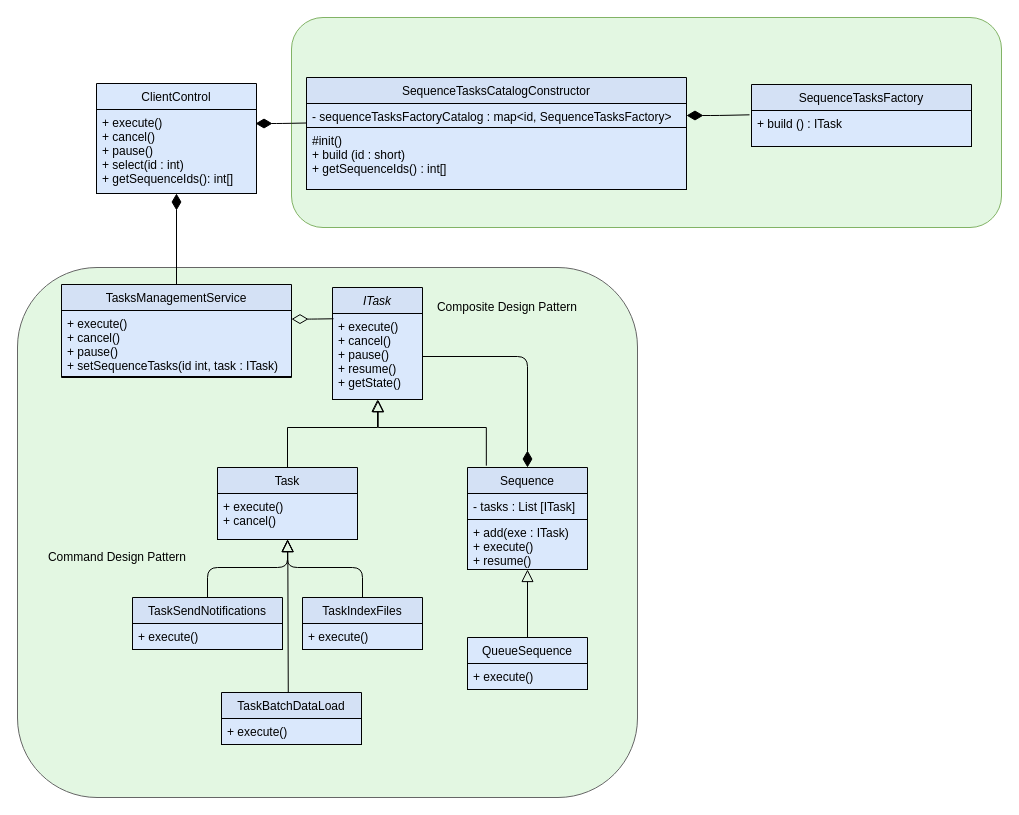
Earlier version of the draw.io diagram design/TaskManagementService.drawio (cguz/task-management-service). Source tidied: cells renumbered, new cells numbered last; positions are measured from the earlier drawing's top-left corner, leaving out a move shared by most shapes. Both pictures are drawn from the tidied source at 100%, with x=0, y=0 at pixel (17, 17).
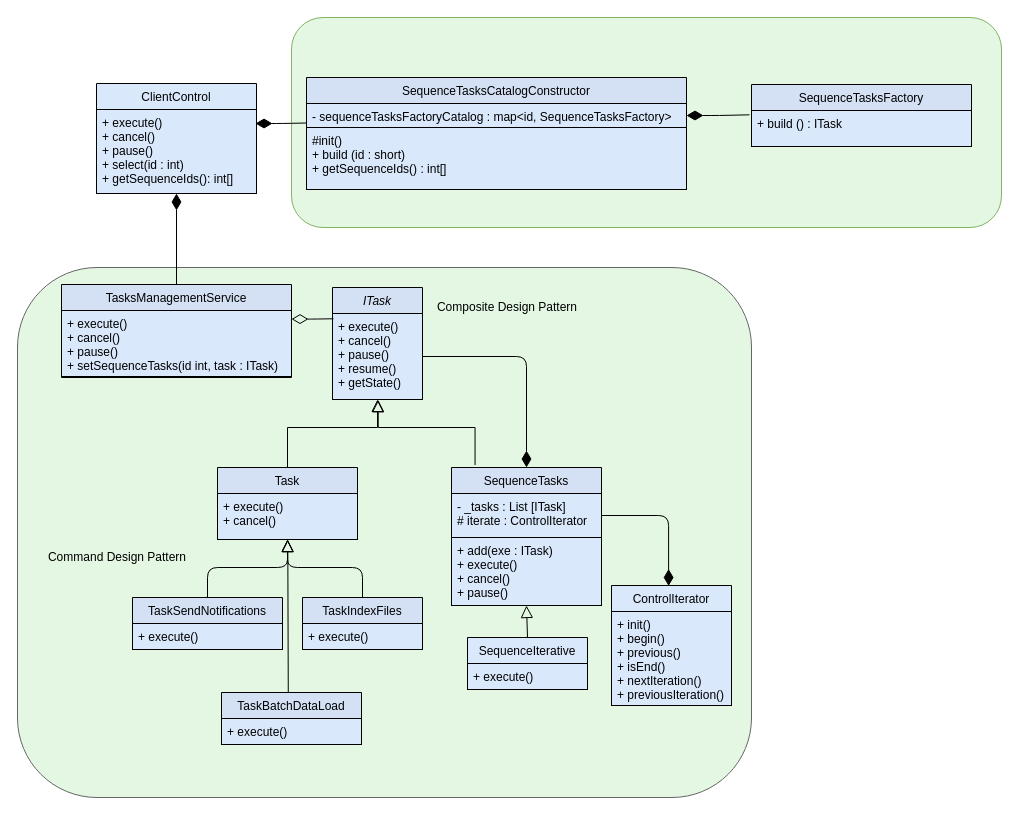
The same page after the edit.

The edit, as a diff of the source:
```diff
@@
     <mxCell id="2" style="rounded=1;whiteSpace=wrap;html=1;strokeColor=#666666;fontColor=#333333;fillColor=#E3F7E2;" parent="1" vertex="1">
-      <mxGeometry y="250" width="620" height="530" as="geometry" />
+      <mxGeometry y="250" width="734" height="530" as="geometry" />
     </mxCell>
@@
-    <mxCell id="14" value="Sequence" style="swimlane;fontStyle=0;align=center;verticalAlign=top;horizontal=1;startSize=26;rounded=0;shadow=0;strokeWidth=1;fillColor=#D4E1F5;" parent="1" vertex="1">
-      <mxGeometry x="450" y="450" width="120" height="102" as="geometry" />
+    <mxCell id="14" value="SequenceTasks" style="swimlane;fontStyle=0;align=center;verticalAlign=top;horizontal=1;startSize=26;rounded=0;shadow=0;strokeWidth=1;fillColor=#D4E1F5;" parent="1" vertex="1">
+      <mxGeometry x="434" y="450" width="150" height="138" as="geometry" />
     </mxCell>
-    <mxCell id="15" value="- tasks : List [ITask]" style="text;align=left;verticalAlign=top;spacingLeft=4;spacingRight=4;overflow=hidden;points=[[0,0.5],[1,0.5]];portConstraint=eastwest;fontStyle=0;fillColor=#dae8fc;strokeColor=#000000;" parent="14" vertex="1">
-      <mxGeometry y="26" width="120" height="26" as="geometry" />
+    <mxCell id="15" value="- _tasks : List [ITask]&#10;# iterate : ControlIterator&#10;" style="text;align=left;verticalAlign=top;spacingLeft=4;spacingRight=4;overflow=hidden;points=[[0,0.5],[1,0.5]];portConstraint=eastwest;fontStyle=0;fillColor=#dae8fc;strokeColor=#000000;" parent="14" vertex="1">
+      <mxGeometry y="26" width="150" height="44" as="geometry" />
     </mxCell>
-    <mxCell id="16" value="+ add(exe : ITask)&#10;+ execute()&#10;+ resume()&#10;" style="text;align=left;verticalAlign=top;spacingLeft=4;spacingRight=4;overflow=hidden;fontStyle=0;fillColor=#dae8fc;strokeColor=#000000;" parent="14" vertex="1">
-      <mxGeometry y="52" width="120" height="50" as="geometry" />
+    <mxCell id="16" value="+ add(exe : ITask)&#10;+ execute()&#10;+ cancel()&#10;+ pause()&#10;&#10;" style="text;align=left;verticalAlign=top;spacingLeft=4;spacingRight=4;overflow=hidden;fontStyle=0;fillColor=#dae8fc;strokeColor=#000000;" parent="14" vertex="1">
+      <mxGeometry y="70" width="150" height="68" as="geometry" />
     </mxCell>
-    <mxCell id="17" value="QueueSequence" style="swimlane;fontStyle=0;align=center;verticalAlign=top;horizontal=1;startSize=26;rounded=0;shadow=0;strokeWidth=1;fillColor=#dae8fc;" parent="1" vertex="1">
+    <mxCell id="17" value="SequenceIterative" style="swimlane;fontStyle=0;align=center;verticalAlign=top;horizontal=1;startSize=26;rounded=0;shadow=0;strokeWidth=1;fillColor=#dae8fc;" parent="1" vertex="1">
       <mxGeometry x="450" y="620" width="120" height="52" as="geometry" />
     </mxCell>
@@
+    <mxCell id="41" value="ControlIterator" style="swimlane;fontStyle=0;align=center;verticalAlign=top;horizontal=1;startSize=26;rounded=0;shadow=0;strokeWidth=1;fillColor=#dae8fc;" parent="1" vertex="1">
+      <mxGeometry x="594" y="568" width="120" height="120" as="geometry" />
+    </mxCell>
+    <mxCell id="42" value="+ init()&#10;+ begin()&#10;+ previous()&#10;+ isEnd()&#10;+ nextIteration()&#10;+ previousIteration()&#10;" style="text;align=left;verticalAlign=top;spacingLeft=4;spacingRight=4;overflow=hidden;fontStyle=0;fillColor=#dae8fc;strokeColor=#000000;" parent="41" vertex="1">
+      <mxGeometry y="26" width="120" height="94" as="geometry" />
+    </mxCell>
+    <mxCell id="43" style="endArrow=none;html=1;endSize=12;startArrow=diamondThin;startSize=14;startFill=1;edgeStyle=orthogonalEdgeStyle;align=left;verticalAlign=bottom;exitX=0.476;exitY=0.004;exitDx=0;exitDy=0;endFill=0;exitPerimeter=0;" parent="1" edge="1" source="41" target="15">
+      <mxGeometry x="-1" y="3" relative="1" as="geometry" />
+    </mxCell>
```
